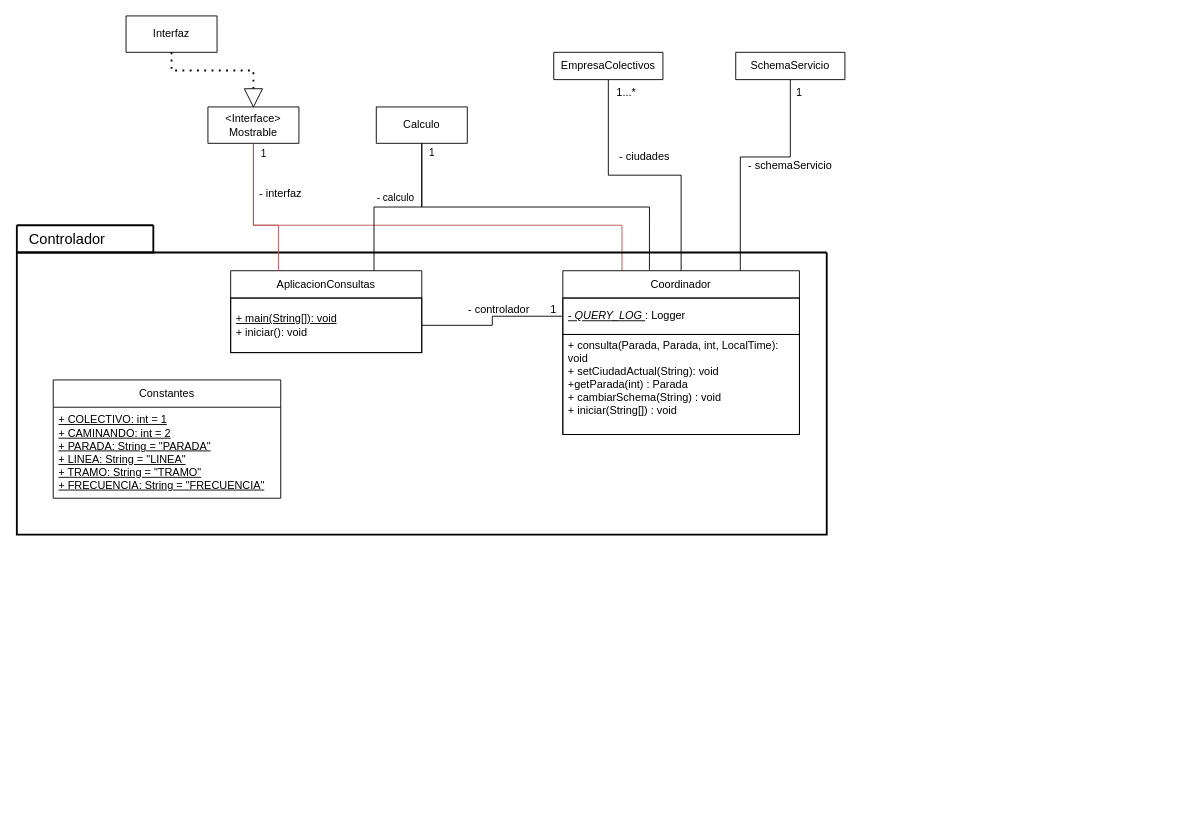
Above: src/colectivo/doc/uml/drawio/colectivo.controlador.drawio in AverageZeko/POO-colectivos (draw.io), before the change. Source tidied: cells renumbered, new cells numbered last; positions are measured from the earlier drawing's top-left corner, leaving out a move shared by most shapes. Both pictures are drawn from the tidied source at 91%, with x=0, y=0 at pixel (16, 15).
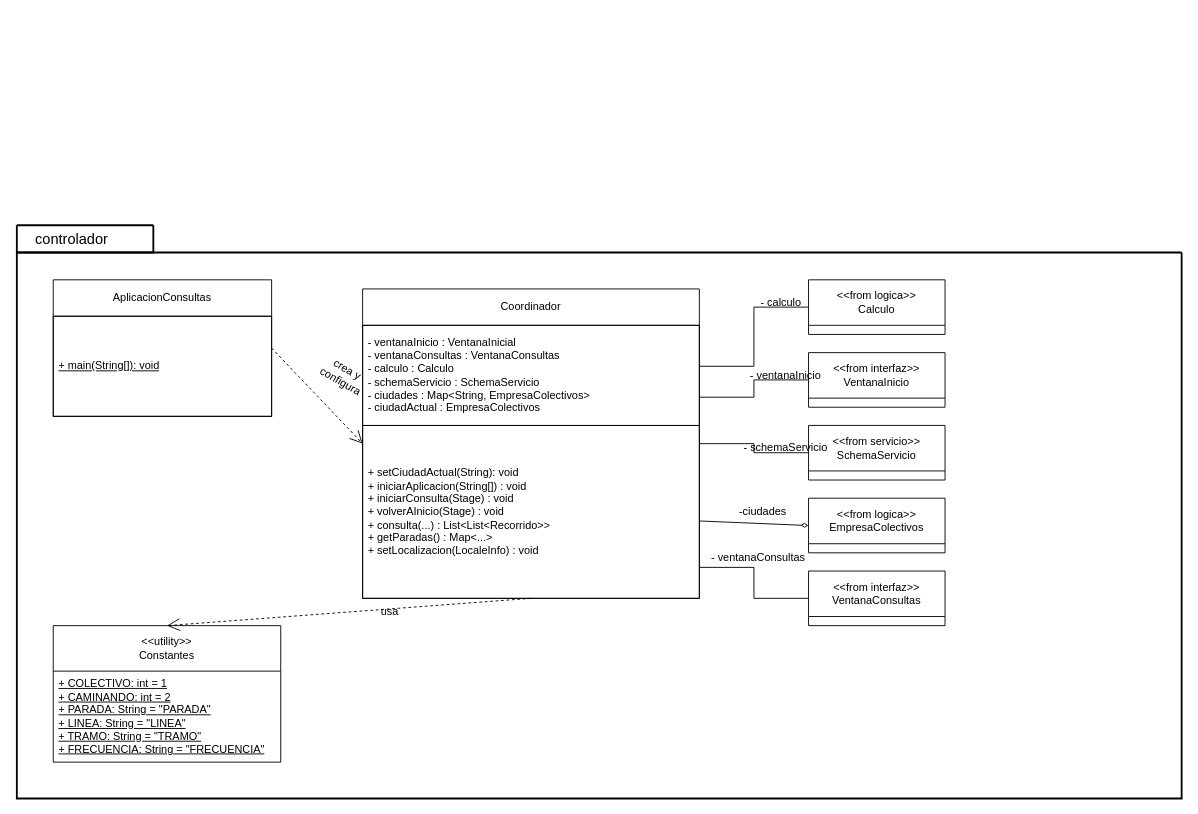
The same page after the edit.

Diff of the diagram source:
```diff
@@
-    <mxCell id="2" style="endArrow=none;html=1;rounded=0;entryX=0.5;entryY=1;entryDx=0;entryDy=0;exitX=0.25;exitY=0;exitDx=0;exitDy=0;edgeStyle=orthogonalEdgeStyle;fillColor=#f8cecc;strokeColor=#b85450;" parent="1" edge="1" source="8" target="16">
-      <mxGeometry relative="1" as="geometry">
-        <Array as="points">
-          <mxPoint x="665" y="230" />
-          <mxPoint x="260" y="230" />
-        </Array>
-      </mxGeometry>
-    </mxCell>
     <mxCell id="3" style="swimlane;startSize=0;align=center;strokeWidth=2;" parent="1" vertex="1">
-      <mxGeometry y="260" width="890" height="310" as="geometry" />
+      <mxGeometry y="260" width="1280" height="600" as="geometry" />
     </mxCell>
-    <mxCell id="4" value="AplicacionConsultas" style="swimlane;fontStyle=0;horizontal=1;startSize=30;whiteSpace=wrap;html=1;" parent="3" vertex="1">
-      <mxGeometry x="235" y="20" width="210" height="90" as="geometry" />
+    <mxCell id="4" value="AplicacionConsultas" style="swimlane;fontStyle=0;horizontal=1;startSize=40;whiteSpace=wrap;html=1;" parent="3" vertex="1">
+      <mxGeometry x="40" y="30" width="240" height="150" as="geometry" />
     </mxCell>
-    <mxCell id="5" value="&lt;div&gt;&lt;u&gt;+ main(String[]): void&lt;/u&gt;&lt;/div&gt;&lt;div&gt;+ iniciar(): void&lt;/div&gt;" style="text;strokeColor=default;fillColor=none;align=left;verticalAlign=middle;spacingLeft=4;spacingRight=4;overflow=hidden;points=[[0,0.5],[1,0.5]];portConstraint=eastwest;whiteSpace=wrap;html=1;" parent="4" vertex="1">
-      <mxGeometry y="30" width="210" height="60" as="geometry" />
+    <mxCell id="5" value="&lt;u&gt;+ main(String[]): void&lt;/u&gt;" style="text;strokeColor=default;fillColor=none;align=left;verticalAlign=middle;spacingLeft=4;spacingRight=4;overflow=hidden;points=[[0,0.5],[1,0.5]];portConstraint=eastwest;whiteSpace=wrap;html=1;" parent="4" vertex="1">
+      <mxGeometry y="40" width="240" height="110" as="geometry" />
     </mxCell>
-    <mxCell id="6" value="Constantes" style="swimlane;fontStyle=0;horizontal=1;startSize=30;whiteSpace=wrap;html=1;" parent="3" vertex="1">
-      <mxGeometry x="40" y="140" width="250" height="130" as="geometry" />
-    </mxCell>
-    <mxCell id="7" value="&lt;div&gt;&lt;u&gt;+ COLECTIVO: int = 1&lt;/u&gt;&lt;/div&gt;&lt;div&gt;&lt;u&gt;+ CAMINANDO: int = 2&lt;/u&gt;&lt;/div&gt;&lt;div&gt;&lt;u&gt;+ PARADA: String = &quot;PARADA&quot;&lt;/u&gt;&lt;/div&gt;&lt;div&gt;&lt;u&gt;+ LINEA: String = &quot;LINEA&quot;&lt;/u&gt;&lt;/div&gt;&lt;div&gt;&lt;u&gt;+ TRAMO: String = &quot;TRAMO&quot;&lt;/u&gt;&lt;/div&gt;&lt;div&gt;&lt;u&gt;+ FRECUENCIA: String = &quot;FRECUENCIA&quot;&lt;/u&gt;&lt;/div&gt;" style="text;strokeColor=none;fillColor=none;align=left;verticalAlign=middle;spacingLeft=4;spacingRight=4;overflow=hidden;whiteSpace=wrap;html=1;" parent="6" vertex="1">
-      <mxGeometry y="30" width="250" height="100" as="geometry" />
-    </mxCell>
-    <mxCell id="8" value="Coordinador" style="swimlane;fontStyle=0;horizontal=1;startSize=30;whiteSpace=wrap;html=1;" parent="3" vertex="1">
-      <mxGeometry x="600" y="20" width="260" height="180" as="geometry" />
+    <mxCell id="8" value="Coordinador" style="swimlane;fontStyle=0;horizontal=1;startSize=40;whiteSpace=wrap;html=1;" parent="3" vertex="1">
+      <mxGeometry x="380" y="40" width="370" height="340" as="geometry" />
     </mxCell>
-    <mxCell id="9" value="&lt;div&gt;&lt;u&gt;&lt;i&gt;- QUERY_LOG&amp;nbsp;&lt;/i&gt;&lt;/u&gt;: Logger&lt;/div&gt;" style="text;strokeColor=default;fillColor=none;align=left;verticalAlign=middle;spacingLeft=4;spacingRight=4;overflow=hidden;points=[[0,0.5],[1,0.5]];portConstraint=eastwest;whiteSpace=wrap;html=1;" parent="8" vertex="1">
-      <mxGeometry y="30" width="260" height="40" as="geometry" />
+    <mxCell id="9" value="- ventanaInicio : VentanaInicial&lt;br&gt;- ventanaConsultas : VentanaConsultas&lt;br&gt;- calculo : Calculo&lt;br&gt;- schemaServicio : SchemaServicio&lt;br&gt;- ciudades : Map&amp;lt;String, EmpresaColectivos&amp;gt;&lt;br&gt;- ciudadActual : EmpresaColectivos" style="text;strokeColor=default;fillColor=none;align=left;verticalAlign=middle;spacingLeft=4;spacingRight=4;overflow=hidden;points=[[0,0.5],[1,0.5]];portConstraint=eastwest;whiteSpace=wrap;html=1;" parent="8" vertex="1">
+      <mxGeometry y="40" width="370" height="110" as="geometry" />
     </mxCell>
-    <mxCell id="10" value="&lt;div&gt;+ consulta(Parada, Parada, int, LocalTime): void&lt;/div&gt;&lt;div&gt;+ setCiudadActual(String): void&lt;/div&gt;&lt;div&gt;+getParada(int) : Parada&lt;/div&gt;&lt;div&gt;+ cambiarSchema(String) : void&lt;/div&gt;&lt;div&gt;+ iniciar(String[]) : void&lt;/div&gt;&lt;div&gt;&lt;br&gt;&lt;/div&gt;" style="text;strokeColor=default;fillColor=none;align=left;verticalAlign=middle;spacingLeft=4;spacingRight=4;overflow=hidden;whiteSpace=wrap;html=1;" parent="8" vertex="1">
-      <mxGeometry y="70" width="260" height="110" as="geometry" />
+    <mxCell id="10" value="&lt;div&gt;+ setCiudadActual(String): void&lt;/div&gt;&lt;div&gt;+ iniciarAplicacion(String[]) : void&lt;/div&gt;&lt;div&gt;+ iniciarConsulta(Stage) : void&lt;/div&gt;&lt;div&gt;+ volverAInicio(Stage) : void&lt;/div&gt;&lt;div&gt;+ consulta(...) : List&amp;lt;List&amp;lt;Recorrido&amp;gt;&amp;gt;&lt;/div&gt;&lt;div&gt;+ getParadas() : Map&lt;...&gt;&lt;/div&gt;&lt;div&gt;+ setLocalizacion(LocaleInfo) : void&lt;/div&gt;" style="text;strokeColor=default;fillColor=none;align=left;verticalAlign=middle;spacingLeft=4;spacingRight=4;overflow=hidden;whiteSpace=wrap;html=1;" parent="8" vertex="1">
+      <mxGeometry y="150" width="370" height="190" as="geometry" />
     </mxCell>
-    <mxCell id="11" style="endArrow=none;html=1;rounded=0;entryX=0;entryY=0.5;entryDx=0;entryDy=0;exitX=1;exitY=0.5;exitDx=0;exitDy=0;edgeStyle=orthogonalEdgeStyle;" parent="3" edge="1" source="5" target="9">
+    <mxCell id="11" style="endArrow=open;endFill=0;endSize=12;html=1;rounded=0;exitX=1;exitY=0.5;exitDx=0;exitDy=0;entryX=0;entryY=0.5;entryDx=0;entryDy=0;dashed=1;" parent="3" edge="1" source="4" target="8">
       <mxGeometry relative="1" as="geometry" />
     </mxCell>
-    <mxCell id="12" value="1" style="text;html=1;whiteSpace=wrap;strokeColor=none;fillColor=none;align=center;verticalAlign=middle;rounded=0;" parent="3" vertex="1">
-      <mxGeometry x="560" y="48" width="60" height="30" as="geometry" />
-    </mxCell>
-    <mxCell id="13" value="- controlador" style="text;html=1;whiteSpace=wrap;strokeColor=none;fillColor=none;align=center;verticalAlign=middle;rounded=0;" parent="3" vertex="1">
-      <mxGeometry x="490" y="48" width="80" height="30" as="geometry" />
-    </mxCell>
-    <mxCell id="14" style="swimlane;startSize=0;strokeWidth=2;" parent="1" vertex="1">
-      <mxGeometry y="230" width="150" height="30" as="geometry" />
-    </mxCell>
-    <mxCell id="15" value="Controlador" style="text;html=1;align=center;verticalAlign=middle;strokeColor=none;fillColor=none;fontSize=16;" parent="14" vertex="1">
-      <mxGeometry width="110" height="30" as="geometry" />
-    </mxCell>
-    <mxCell id="16" value="&amp;lt;Interface&amp;gt;&lt;div&gt;Mostrable&lt;/div&gt;" style="swimlane;fontStyle=0;horizontal=1;startSize=90;whiteSpace=wrap;html=1;" parent="1" vertex="1">
-      <mxGeometry x="210" y="100" width="100" height="40" as="geometry" />
-    </mxCell>
-    <mxCell id="17" value="Calculo" style="swimlane;fontStyle=0;horizontal=1;startSize=90;whiteSpace=wrap;html=1;" parent="1" vertex="1">
-      <mxGeometry x="395" y="100" width="100" height="40" as="geometry" />
+    <mxCell id="17" value="&amp;lt;&amp;lt;from logica&amp;gt;&amp;gt;&lt;br&gt;Calculo" style="swimlane;fontStyle=0;horizontal=1;startSize=50;whiteSpace=wrap;html=1;" parent="3" vertex="1">
+      <mxGeometry x="870" y="30" width="150" height="60" as="geometry" />
     </mxCell>
-    <mxCell id="18" style="endArrow=none;html=1;rounded=0;entryX=0.5;entryY=1;entryDx=0;entryDy=0;exitX=0.25;exitY=0;exitDx=0;exitDy=0;edgeStyle=orthogonalEdgeStyle;fillColor=#f8cecc;strokeColor=#b85450;" parent="1" edge="1" source="4" target="16">
-      <mxGeometry relative="1" as="geometry">
-        <Array as="points">
-          <mxPoint x="288" y="230" />
-          <mxPoint x="260" y="230" />
-        </Array>
-      </mxGeometry>
-    </mxCell>
-    <mxCell id="19" value="1" style="edgeLabel;html=1;align=center;verticalAlign=middle;" parent="18" vertex="1">
-      <mxGeometry x="0.83" relative="1" as="geometry">
-        <mxPoint x="10" y="-3" as="offset" />
-      </mxGeometry>
-    </mxCell>
-    <mxCell id="20" value="Interfaz" style="swimlane;fontStyle=0;horizontal=1;startSize=90;whiteSpace=wrap;html=1;" parent="1" vertex="1">
-      <mxGeometry x="120" width="100" height="40" as="geometry" />
+    <mxCell id="20" value="&amp;lt;&amp;lt;from interfaz&amp;gt;&amp;gt;&lt;br&gt;VentanaInicio" style="swimlane;fontStyle=0;horizontal=1;startSize=50;whiteSpace=wrap;html=1;" parent="3" vertex="1">
+      <mxGeometry x="870" y="110" width="150" height="60" as="geometry" />
     </mxCell>
-    <mxCell id="21" style="endArrow=none;dashed=1;html=1;dashPattern=1 3;strokeWidth=2;rounded=0;entryX=0.5;entryY=1;entryDx=0;entryDy=0;exitX=0;exitY=0.5;exitDx=0;exitDy=0;edgeStyle=orthogonalEdgeStyle;" parent="1" edge="1" source="25" target="20">
-      <mxGeometry relative="1" as="geometry" />
-    </mxCell>
-    <mxCell id="22" style="endArrow=none;html=1;rounded=0;entryX=0.5;entryY=1;entryDx=0;entryDy=0;exitX=0.75;exitY=0;exitDx=0;exitDy=0;edgeStyle=orthogonalEdgeStyle;" parent="1" edge="1" source="4" target="17">
-      <mxGeometry relative="1" as="geometry">
-        <Array as="points">
-          <mxPoint x="393" y="210" />
-          <mxPoint x="445" y="210" />
-        </Array>
-      </mxGeometry>
-    </mxCell>
-    <mxCell id="23" value="1" style="edgeLabel;html=1;align=center;verticalAlign=middle;" parent="22" vertex="1">
-      <mxGeometry x="0.9" relative="1" as="geometry">
-        <mxPoint x="10" as="offset" />
-      </mxGeometry>
-    </mxCell>
-    <mxCell id="24" value="- calculo" style="edgeLabel;html=1;align=center;verticalAlign=middle;" parent="22" vertex="1">
-      <mxGeometry x="0.58" relative="1" as="geometry">
-        <mxPoint x="-30" y="19" as="offset" />
-      </mxGeometry>
-    </mxCell>
-    <mxCell id="25" style="triangle;whiteSpace=wrap;html=1;direction=south;" parent="1" vertex="1">
-      <mxGeometry x="250" y="80" width="20" height="20" as="geometry" />
-    </mxCell>
-    <mxCell id="26" value="- interfaz" style="text;html=1;whiteSpace=wrap;strokeColor=none;fillColor=none;align=center;verticalAlign=middle;rounded=0;" parent="1" vertex="1">
-      <mxGeometry x="260" y="180" width="60" height="30" as="geometry" />
-    </mxCell>
-    <mxCell id="27" style="endArrow=none;html=1;rounded=0;exitX=0.366;exitY=-0.005;exitDx=0;exitDy=0;edgeStyle=orthogonalEdgeStyle;entryX=0.5;entryY=1;entryDx=0;entryDy=0;exitPerimeter=0;" parent="1" edge="1" source="8" target="17">
-      <mxGeometry relative="1" as="geometry">
-        <Array as="points">
-          <mxPoint x="695" y="210" />
-          <mxPoint x="445" y="210" />
-        </Array>
-      </mxGeometry>
+    <mxCell id="27" style="endArrow=none;html=1;rounded=0;exitX=1;exitY=0.25;exitDx=0;exitDy=0;entryX=0;entryY=0.5;entryDx=0;entryDy=0;edgeStyle=orthogonalEdgeStyle;" parent="3" edge="1" source="8" target="17">
+      <mxGeometry relative="1" as="geometry" />
     </mxCell>
-    <mxCell id="28" value="EmpresaColectivos" style="swimlane;fontStyle=0;horizontal=1;startSize=90;whiteSpace=wrap;html=1;" parent="1" vertex="1">
-      <mxGeometry x="590" y="40" width="120" height="30" as="geometry" />
+    <mxCell id="28" value="&amp;lt;&amp;lt;from logica&amp;gt;&amp;gt;&lt;br&gt;EmpresaColectivos" style="swimlane;fontStyle=0;horizontal=1;startSize=50;whiteSpace=wrap;html=1;" parent="3" vertex="1">
+      <mxGeometry x="870" y="270" width="150" height="60" as="geometry" />
     </mxCell>
-    <mxCell id="29" value="SchemaServicio" style="swimlane;fontStyle=0;horizontal=1;startSize=90;whiteSpace=wrap;html=1;" parent="1" vertex="1">
-      <mxGeometry x="790" y="40" width="120" height="30" as="geometry" />
+    <mxCell id="29" value="&amp;lt;&amp;lt;from servicio&amp;gt;&amp;gt;&lt;br&gt;SchemaServicio" style="swimlane;fontStyle=0;horizontal=1;startSize=50;whiteSpace=wrap;html=1;" parent="3" vertex="1">
+      <mxGeometry x="870" y="190" width="150" height="60" as="geometry" />
     </mxCell>
-    <mxCell id="30" style="endArrow=none;html=1;rounded=0;entryX=0.5;entryY=1;entryDx=0;entryDy=0;exitX=0.5;exitY=0;exitDx=0;exitDy=0;edgeStyle=orthogonalEdgeStyle;" parent="1" edge="1" source="8" target="28">
+    <mxCell id="30" style="endArrow=diamondThin;html=1;rounded=0;exitX=1;exitY=0.75;exitDx=0;exitDy=0;entryX=0;entryY=0.5;entryDx=0;entryDy=0;endFill=0;" parent="3" edge="1" source="8" target="28">
       <mxGeometry relative="1" as="geometry" />
     </mxCell>
-    <mxCell id="31" style="endArrow=none;html=1;rounded=0;entryX=0.5;entryY=1;entryDx=0;entryDy=0;exitX=0.75;exitY=0;exitDx=0;exitDy=0;edgeStyle=orthogonalEdgeStyle;" parent="1" edge="1" source="8" target="29">
-      <mxGeometry relative="1" as="geometry">
-        <Array as="points">
-          <mxPoint x="795" y="155" />
-          <mxPoint x="850" y="155" />
-        </Array>
-      </mxGeometry>
+    <mxCell id="31" style="endArrow=none;html=1;rounded=0;exitX=1;exitY=0.5;exitDx=0;exitDy=0;entryX=0;entryY=0.5;entryDx=0;entryDy=0;edgeStyle=orthogonalEdgeStyle;" parent="3" edge="1" source="8" target="29">
+      <mxGeometry relative="1" as="geometry" />
     </mxCell>
-    <mxCell id="32" value="1...*" style="text;html=1;whiteSpace=wrap;strokeColor=none;fillColor=none;align=center;verticalAlign=middle;rounded=0;" parent="1" vertex="1">
-      <mxGeometry x="640" y="70" width="60" height="30" as="geometry" />
-    </mxCell>
-    <mxCell id="33" value="1" style="text;html=1;whiteSpace=wrap;strokeColor=none;fillColor=none;align=center;verticalAlign=middle;rounded=0;" parent="1" vertex="1">
-      <mxGeometry x="830" y="70" width="60" height="30" as="geometry" />
-    </mxCell>
-    <mxCell id="34" value="- ciudades" style="text;html=1;whiteSpace=wrap;strokeColor=none;fillColor=none;align=center;verticalAlign=middle;rounded=0;" parent="1" vertex="1">
-      <mxGeometry x="660" y="140" width="60" height="30" as="geometry" />
-    </mxCell>
-    <mxCell id="35" value="- schemaServicio" style="text;html=1;whiteSpace=wrap;strokeColor=none;fillColor=none;align=center;verticalAlign=middle;rounded=0;" parent="1" vertex="1">
-      <mxGeometry x="795" y="150" width="110" height="30" as="geometry" />
+    <mxCell id="35" value="- schemaServicio" style="text;html=1;whiteSpace=wrap;strokeColor=none;fillColor=none;align=center;verticalAlign=middle;rounded=0;" parent="3" vertex="1">
+      <mxGeometry x="790" y="200" width="110" height="30" as="geometry" />
     </mxCell>
+    <mxCell id="24" value="- calculo" style="text;html=1;whiteSpace=wrap;strokeColor=none;fillColor=none;align=center;verticalAlign=middle;rounded=0;" parent="3" vertex="1">
+      <mxGeometry x="810" y="40" width="60" height="30" as="geometry" />
+    </mxCell>
+    <mxCell id="36" value="- ventanaInicio" style="text;html=1;whiteSpace=wrap;strokeColor=none;fillColor=none;align=center;verticalAlign=middle;rounded=0;" parent="3" vertex="1">
+      <mxGeometry x="800" y="120" width="90" height="30" as="geometry" />
+    </mxCell>
+    <mxCell id="37" style="endArrow=none;html=1;rounded=0;exitX=1;exitY=0.35;exitDx=0;exitDy=0;entryX=0;entryY=0.5;entryDx=0;entryDy=0;edgeStyle=orthogonalEdgeStyle;startArrow=none;" parent="3" edge="1" source="8" target="20">
+      <mxGeometry relative="1" as="geometry" />
+    </mxCell>
+    <mxCell id="38" value="&amp;lt;&amp;lt;utility&amp;gt;&amp;gt;&lt;br&gt;Constantes" style="swimlane;fontStyle=0;horizontal=1;startSize=50;whiteSpace=wrap;html=1;" parent="3" vertex="1">
+      <mxGeometry x="40" y="410" width="250" height="150" as="geometry" />
+    </mxCell>
+    <mxCell id="7" value="&lt;div&gt;&lt;u&gt;+ COLECTIVO: int = 1&lt;/u&gt;&lt;/div&gt;&lt;div&gt;&lt;u&gt;+ CAMINANDO: int = 2&lt;/u&gt;&lt;/div&gt;&lt;div&gt;&lt;u&gt;+ PARADA: String = &quot;PARADA&quot;&lt;/u&gt;&lt;/div&gt;&lt;div&gt;&lt;u&gt;+ LINEA: String = &quot;LINEA&quot;&lt;/u&gt;&lt;/div&gt;&lt;div&gt;&lt;u&gt;+ TRAMO: String = &quot;TRAMO&quot;&lt;/u&gt;&lt;/div&gt;&lt;div&gt;&lt;u&gt;+ FRECUENCIA: String = &quot;FRECUENCIA&quot;&lt;/u&gt;&lt;/div&gt;" style="text;strokeColor=none;fillColor=none;align=left;verticalAlign=middle;spacingLeft=4;spacingRight=4;overflow=hidden;whiteSpace=wrap;html=1;" parent="38" vertex="1">
+      <mxGeometry y="50" width="250" height="100" as="geometry" />
+    </mxCell>
+    <mxCell id="39" style="endArrow=open;endFill=0;endSize=12;html=1;rounded=0;exitX=0.5;exitY=1;exitDx=0;exitDy=0;entryX=0.5;entryY=0;entryDx=0;entryDy=0;dashed=1;" parent="3" edge="1" source="8" target="38">
+      <mxGeometry relative="1" as="geometry" />
+    </mxCell>
+    <mxCell id="40" value="&amp;lt;&amp;lt;from interfaz&amp;gt;&amp;gt;&lt;br&gt;VentanaConsultas" style="swimlane;fontStyle=0;horizontal=1;startSize=50;whiteSpace=wrap;html=1;" parent="3" vertex="1">
+      <mxGeometry x="870" y="350" width="150" height="60" as="geometry" />
+    </mxCell>
+    <mxCell id="41" value="- ventanaConsultas" style="text;html=1;whiteSpace=wrap;strokeColor=none;fillColor=none;align=center;verticalAlign=middle;rounded=0;" parent="3" vertex="1">
+      <mxGeometry x="760" y="320" width="110" height="30" as="geometry" />
+    </mxCell>
+    <mxCell id="42" style="endArrow=none;html=1;rounded=0;exitX=1;exitY=0.9;exitDx=0;exitDy=0;entryX=0;entryY=0.5;entryDx=0;entryDy=0;edgeStyle=orthogonalEdgeStyle;startArrow=none;" parent="3" edge="1" source="8" target="40">
+      <mxGeometry relative="1" as="geometry" />
+    </mxCell>
+    <mxCell id="43" value="crea y configura" style="text;html=1;whiteSpace=wrap;strokeColor=none;fillColor=none;align=center;verticalAlign=middle;rounded=0;rotation=30;" parent="3" vertex="1">
+      <mxGeometry x="330" y="120" width="60" height="30" as="geometry" />
+    </mxCell>
+    <mxCell id="44" value="usa" style="text;html=1;whiteSpace=wrap;strokeColor=none;fillColor=none;align=center;verticalAlign=middle;rounded=0;" parent="3" vertex="1">
+      <mxGeometry x="380" y="380" width="60" height="30" as="geometry" />
+    </mxCell>
+    <mxCell id="45" value="-ciudades" style="text;html=1;whiteSpace=wrap;strokeColor=none;fillColor=none;align=center;verticalAlign=middle;rounded=0;" parent="3" vertex="1">
+      <mxGeometry x="790" y="270" width="60" height="30" as="geometry" />
+    </mxCell>
+    <mxCell id="14" style="swimlane;startSize=0;strokeWidth=2;" parent="1" vertex="1">
+      <mxGeometry y="230" width="150" height="30" as="geometry" />
+    </mxCell>
+    <mxCell id="15" value="controlador" style="text;html=1;align=center;verticalAlign=middle;strokeColor=none;fillColor=none;fontSize=16;" parent="14" vertex="1">
+      <mxGeometry x="5" width="110" height="30" as="geometry" />
+    </mxCell>
```
